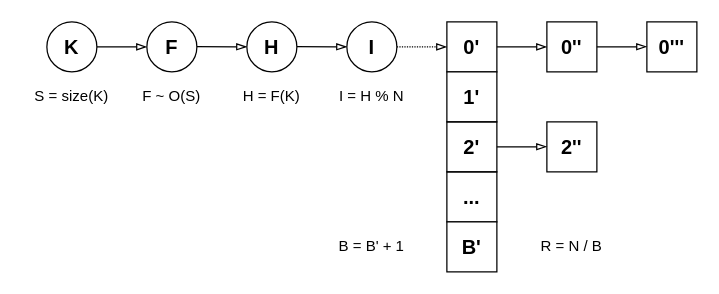
This is projects/examples/source/10.42.drawio from i-s-m-mipt/Education, a draw.io file, before an edit. Source tidied: cells renumbered, new cells numbered last; positions are measured from the earlier drawing's top-left corner, leaving out a move shared by most shapes. Both pictures are drawn from the tidied source at 125%, with x=0, y=0 at pixel (21, 21).
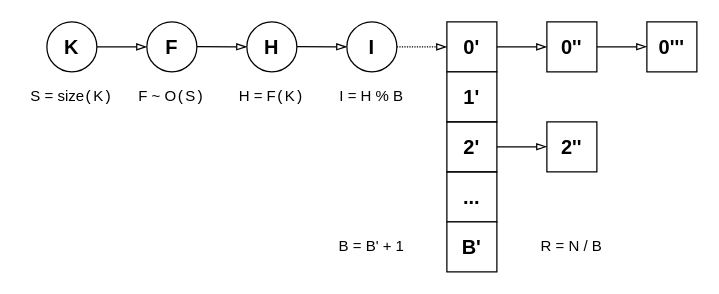
After the change.

Change to the diagram source:
```diff
@@
-    <mxCell id="17" value="&lt;font&gt;H = F(K)&lt;/font&gt;" style="text;html=1;strokeColor=none;fillColor=none;align=center;verticalAlign=middle;whiteSpace=wrap;rounded=0;fontFamily=Helvetica;fontSize=12;" parent="1" vertex="1">
+    <mxCell id="17" value="&lt;font&gt;H = F&lt;font face=&quot;Courier New&quot; style=&quot;&quot;&gt;(&lt;/font&gt;K&lt;font face=&quot;Courier New&quot; style=&quot;&quot;&gt;)&lt;/font&gt;&lt;/font&gt;" style="text;html=1;strokeColor=none;fillColor=none;align=center;verticalAlign=middle;whiteSpace=wrap;rounded=0;fontFamily=Helvetica;fontSize=12;" parent="1" vertex="1">
       <mxGeometry x="160" y="40" width="80" height="40" as="geometry" />
     </mxCell>
@@
-    <mxCell id="20" value="&lt;span style=&quot;text-align: right; background-color: transparent; color: light-dark(rgb(0, 0, 0), rgb(255, 255, 255));&quot;&gt;R = N / B&lt;/span&gt;" style="text;html=1;align=center;verticalAlign=middle;whiteSpace=wrap;rounded=0;" parent="1" vertex="1">
+    <mxCell id="20" value="&lt;span style=&quot;text-align: right; background-color: transparent; color: light-dark(rgb(0, 0, 0), rgb(255, 255, 255));&quot;&gt;&lt;font&gt;R = N / B&lt;/font&gt;&lt;/span&gt;" style="text;html=1;align=center;verticalAlign=middle;whiteSpace=wrap;rounded=0;" parent="1" vertex="1">
       <mxGeometry x="400" y="160" width="80" height="40" as="geometry" />
     </mxCell>
-    <mxCell id="21" value="&lt;span style=&quot;text-align: right;&quot;&gt;&lt;font&gt;I = H % N&lt;/font&gt;&lt;/span&gt;" style="text;html=1;align=center;verticalAlign=middle;whiteSpace=wrap;rounded=0;fontSize=12;" parent="1" vertex="1">
+    <mxCell id="21" value="&lt;span style=&quot;text-align: right;&quot;&gt;&lt;font&gt;I = H % B&lt;/font&gt;&lt;/span&gt;" style="text;html=1;align=center;verticalAlign=middle;whiteSpace=wrap;rounded=0;fontSize=12;" parent="1" vertex="1">
       <mxGeometry x="240" y="40" width="80" height="40" as="geometry" />
     </mxCell>
-    <mxCell id="22" value="&lt;font&gt;F ~ O(S)&lt;/font&gt;" style="text;html=1;strokeColor=none;fillColor=none;align=center;verticalAlign=middle;whiteSpace=wrap;rounded=0;fontFamily=Helvetica;fontSize=12;" parent="1" vertex="1">
+    <mxCell id="22" value="&lt;font&gt;F ~ O&lt;font face=&quot;Courier New&quot; style=&quot;&quot;&gt;(&lt;/font&gt;S&lt;font face=&quot;Courier New&quot; style=&quot;&quot;&gt;)&lt;/font&gt;&lt;/font&gt;" style="text;html=1;strokeColor=none;fillColor=none;align=center;verticalAlign=middle;whiteSpace=wrap;rounded=0;fontFamily=Helvetica;fontSize=12;" parent="1" vertex="1">
       <mxGeometry x="80" y="40" width="80" height="40" as="geometry" />
     </mxCell>
-    <mxCell id="23" value="&lt;font&gt;S = size(K)&lt;/font&gt;" style="text;html=1;strokeColor=none;fillColor=none;align=center;verticalAlign=middle;whiteSpace=wrap;rounded=0;fontFamily=Helvetica;fontSize=12;" parent="1" vertex="1">
+    <mxCell id="23" value="&lt;font&gt;S = size&lt;font face=&quot;Courier New&quot; style=&quot;&quot;&gt;(&lt;/font&gt;K&lt;font face=&quot;Courier New&quot; style=&quot;&quot;&gt;)&lt;/font&gt;&lt;/font&gt;" style="text;html=1;strokeColor=none;fillColor=none;align=center;verticalAlign=middle;whiteSpace=wrap;rounded=0;fontFamily=Helvetica;fontSize=12;" parent="1" vertex="1">
       <mxGeometry y="40" width="80" height="40" as="geometry" />
     </mxCell>
```
